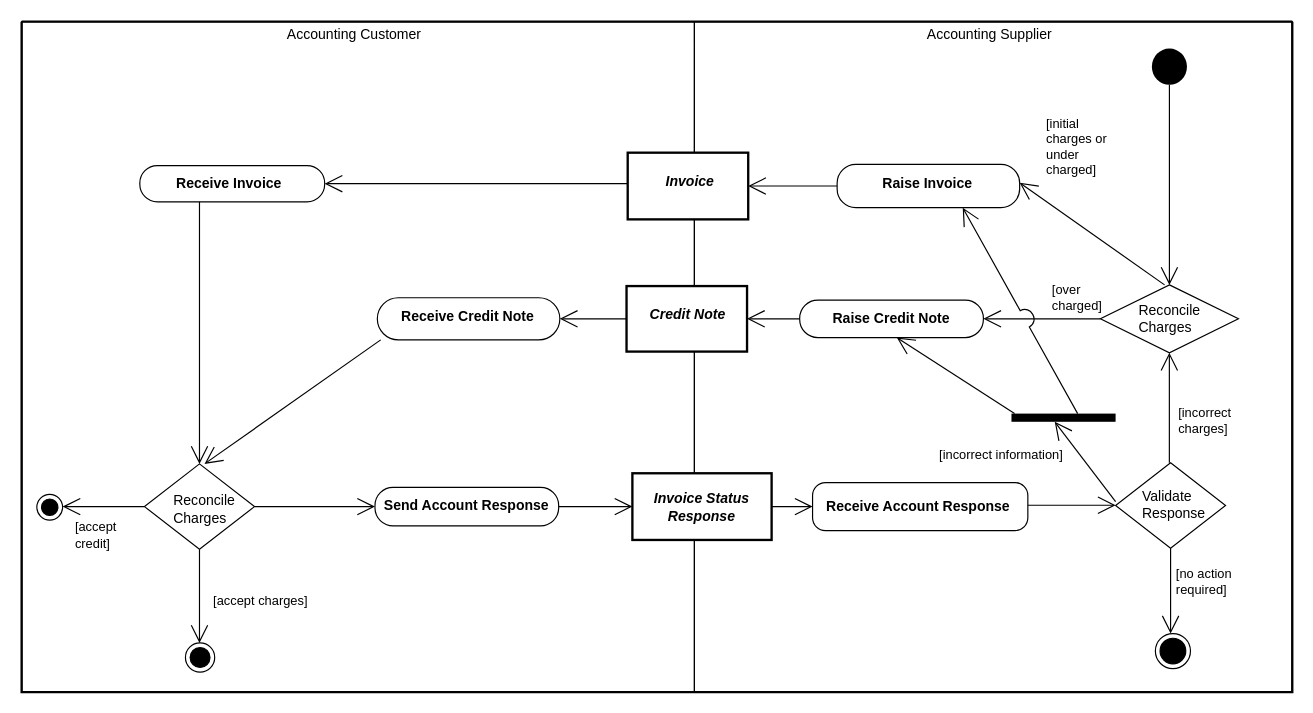
The draw.io diagram diagrams/UBL-2.5-BillingwithCreditNoteProcess/UBL-2.5-BillingwithCreditNoteProcess.drawio in kduvekot/ubl-work-on-svg-images, before the edit. Source tidied: cells renumbered, new cells numbered last; positions are measured from the earlier drawing's top-left corner, leaving out a move shared by most shapes. Both pictures are drawn from the tidied source at 117%, with x=0, y=0 at pixel (21, 21).
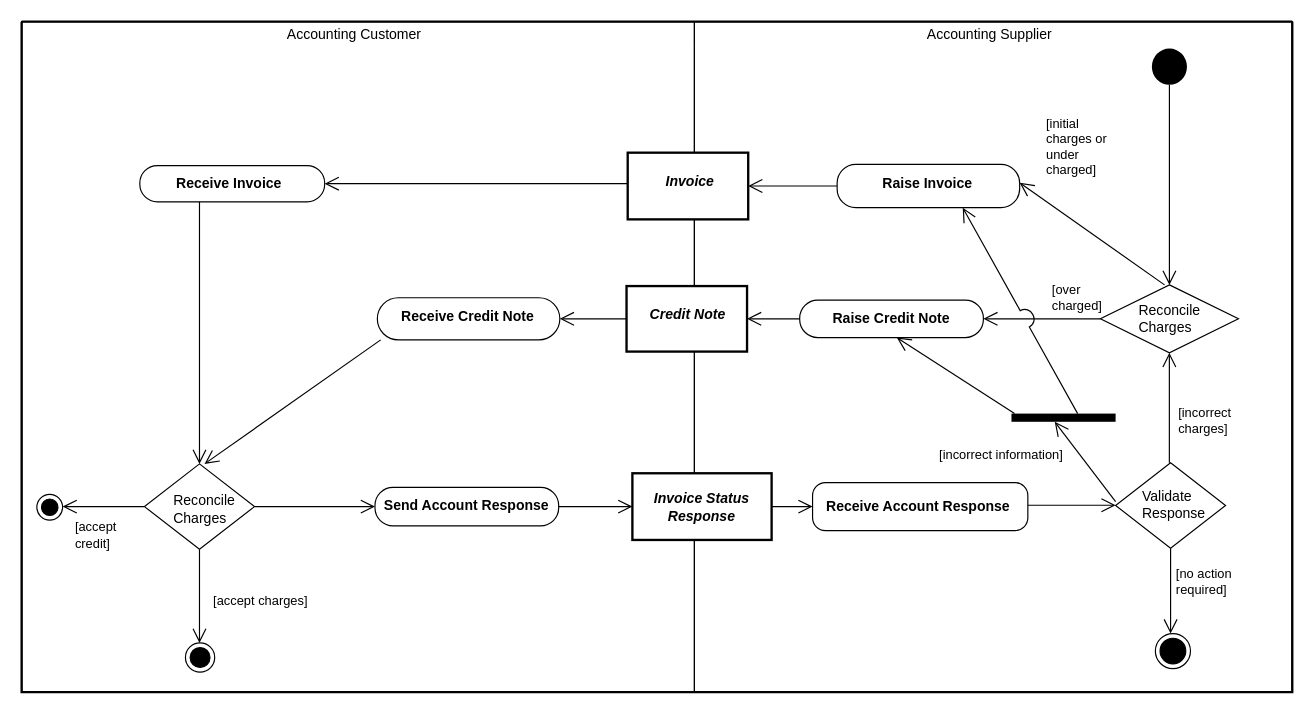
The same diagram, later.

The change refers to these unchanged cells:
```xml
<mxCell id="2" style="swimlane;html=1;startSize=0;whiteSpace=wrap;fillColor=none;strokeWidth=2;" parent="1" vertex="1">
  <mxGeometry width="1086" height="573" as="geometry" />
</mxCell>
<mxCell id="3" value="Accounting Customer" style="swimlane;horizontal=1;startSize=21;swimlaneLine=0;html=1;fillColor=none;fontStyle=0;spacing=0;spacingRight=7;" parent="2" vertex="1">
  <mxGeometry width="575" height="573" as="geometry" />
</mxCell>
<mxCell id="4" value="Accounting Supplier" style="swimlane;horizontal=1;startSize=21;swimlaneLine=0;html=1;fillColor=none;fontStyle=0;spacing=0;spacingRight=7;" parent="2" vertex="1">
  <mxGeometry x="575" width="511" height="573" as="geometry" />
</mxCell>
<mxCell id="5" style="ellipse;shape=startState;fillColor=#000000;strokeColor=none;html=1;" parent="4" vertex="1">
  <mxGeometry x="387" y="19" width="38" height="39" as="geometry" />
</mxCell>
<mxCell id="6" value="Invoice" style="rounded=0;html=1;whiteSpace=nowrap;fontStyle=3;align=center;verticalAlign=middle;spacing=0;spacingLeft=2;spacingBottom=7;strokeWidth=2;" parent="4" vertex="1">
  <mxGeometry x="-57" y="112" width="103" height="57" as="geometry" />
</mxCell>
<mxCell id="7" value="Receive Invoice" style="rounded=1;absoluteArcSize=1;arcSize=30;html=1;whiteSpace=nowrap;fontStyle=1;align=center;verticalAlign=middle;spacing=0;spacingRight=6;spacingTop=1;" parent="3" vertex="1">
  <mxGeometry x="101" y="123" width="158" height="31" as="geometry" />
</mxCell>
<mxCell id="8" value="Raise Invoice" style="rounded=1;absoluteArcSize=1;arcSize=32;html=1;whiteSpace=nowrap;fontStyle=1;align=center;verticalAlign=middle;spacing=0;spacingRight=3;spacingBottom=4;" parent="4" vertex="1">
  <mxGeometry x="122" y="122" width="156" height="37" as="geometry" />
</mxCell>
<mxCell id="9" value="Credit Note" style="rounded=0;html=1;whiteSpace=nowrap;fontStyle=3;align=center;verticalAlign=middle;spacing=0;spacingLeft=1;spacingBottom=7;strokeWidth=2;" parent="4" vertex="1">
  <mxGeometry x="-58" y="226" width="103" height="56" as="geometry" />
</mxCell>
<mxCell id="10" value="Reconcile&lt;br&gt;Charges" style="rhombus;html=1;whiteSpace=nowrap;fontStyle=0;align=left;verticalAlign=middle;spacing=0;spacingLeft=33;" parent="4" vertex="1">
  <mxGeometry x="347" y="225" width="118" height="58" as="geometry" />
</mxCell>
<mxCell id="11" value="Receive Credit Note" style="rounded=1;absoluteArcSize=1;arcSize=36;html=1;whiteSpace=nowrap;fontStyle=1;align=center;verticalAlign=middle;spacing=0;spacingRight=2;spacingBottom=5;" parent="3" vertex="1">
  <mxGeometry x="304" y="236" width="156" height="36" as="geometry" />
</mxCell>
<mxCell id="12" value="Raise Credit Note" style="rounded=1;absoluteArcSize=1;arcSize=31;html=1;whiteSpace=nowrap;fontStyle=1;align=center;verticalAlign=middle;spacing=0;spacingRight=2;spacingBottom=1;" parent="4" vertex="1">
  <mxGeometry x="90" y="238" width="157" height="32" as="geometry" />
</mxCell>
<mxCell id="13" style="html=1;points=[[0.0295,0],[0.4154,1],[0.6356,0]];perimeter=orthogonalPerimeter;fillColor=#000000;strokeColor=none;" parent="4" vertex="1">
  <mxGeometry x="271" y="335" width="89" height="7" as="geometry" />
</mxCell>
<mxCell id="14" value="Validate&lt;br&gt;Response" style="rhombus;html=1;whiteSpace=nowrap;fontStyle=0;align=left;verticalAlign=middle;spacing=0;spacingLeft=23;spacingBottom=2;" parent="4" vertex="1">
  <mxGeometry x="360" y="377" width="94" height="73" as="geometry" />
</mxCell>
<mxCell id="15" value="Reconcile&lt;br&gt;Charges" style="rhombus;html=1;whiteSpace=nowrap;fontStyle=0;align=left;verticalAlign=middle;spacing=0;spacingLeft=25;spacingTop=4;" parent="3" vertex="1">
  <mxGeometry x="105" y="378" width="94" height="73" as="geometry" />
</mxCell>
<mxCell id="16" value="Invoice Status&lt;br&gt;Response" style="rounded=0;html=1;whiteSpace=nowrap;fontStyle=3;align=center;verticalAlign=middle;spacing=0;spacingRight=1;spacingTop=1;strokeWidth=2;" parent="4" vertex="1">
  <mxGeometry x="-53" y="386" width="119" height="57" as="geometry" />
</mxCell>
<mxCell id="17" value="Receive Account Response" style="rounded=1;absoluteArcSize=1;arcSize=22;html=1;whiteSpace=nowrap;fontStyle=1;align=center;verticalAlign=middle;spacing=0;spacingRight=4;spacingTop=1;" parent="4" vertex="1">
  <mxGeometry x="101" y="394" width="184" height="41" as="geometry" />
</mxCell>
<mxCell id="18" value="Send Account Response" style="rounded=1;absoluteArcSize=1;arcSize=31;html=1;whiteSpace=nowrap;fontStyle=1;align=center;verticalAlign=middle;spacing=0;spacingRight=2;spacingBottom=1;" parent="3" vertex="1">
  <mxGeometry x="302" y="398" width="157" height="33" as="geometry" />
</mxCell>
<mxCell id="19" style="ellipse;shape=endState;fillColor=#000000;html=1;" parent="3" vertex="1">
  <mxGeometry x="13" y="404" width="22" height="22" as="geometry" />
</mxCell>
<mxCell id="20" style="ellipse;shape=endState;fillColor=#000000;html=1;" parent="4" vertex="1">
  <mxGeometry x="394" y="523" width="30" height="30" as="geometry" />
</mxCell>
<mxCell id="21" style="ellipse;shape=endState;fillColor=#000000;html=1;" parent="3" vertex="1">
  <mxGeometry x="140" y="531" width="25" height="25" as="geometry" />
</mxCell>
```

Change to the diagram source:
```diff
@@
-    <mxCell id="22" style="edgeStyle=none;rounded=0;html=1;endArrow=open;endFill=0;endSize=13;exitPerimeter=0;entryX=0.5;entryY=0;entryPerimeter=0;exitX=0.5;exitY=0.8961;" parent="4" edge="1" source="5" target="10">
+    <mxCell id="22" style="edgeStyle=none;rounded=0;html=1;endArrow=open;endFill=0;endSize=10;exitPerimeter=0;entryX=0.5;entryY=0;entryPerimeter=0;exitX=0.5;exitY=0.8961;" parent="4" edge="1" source="5" target="10">
       <mxGeometry relative="1" as="geometry" />
     </mxCell>
-    <mxCell id="23" style="edgeStyle=none;rounded=0;html=1;endArrow=open;endFill=0;endSize=13;exitPerimeter=0;entryX=1;entryY=0.5;entryPerimeter=0;exitX=0;exitY=0.464912;" parent="2" edge="1" source="6" target="7">
+    <mxCell id="23" style="edgeStyle=none;rounded=0;html=1;endArrow=open;endFill=0;endSize=10;exitPerimeter=0;entryX=1;entryY=0.5;entryPerimeter=0;exitX=0;exitY=0.464912;" parent="2" edge="1" source="6" target="7">
       <mxGeometry relative="1" as="geometry" />
     </mxCell>
-    <mxCell id="24" style="edgeStyle=none;rounded=0;html=1;endArrow=open;endFill=0;endSize=13;exitX=0;exitY=0.5;exitPerimeter=0;entryX=1;entryY=0.5;entryPerimeter=0;" parent="4" edge="1" source="8" target="6">
+    <mxCell id="24" style="edgeStyle=none;rounded=0;html=1;endArrow=open;endFill=0;endSize=10;exitX=0;exitY=0.5;exitPerimeter=0;entryX=1;entryY=0.5;entryPerimeter=0;" parent="4" edge="1" source="8" target="6">
       <mxGeometry relative="1" as="geometry" />
     </mxCell>
-    <mxCell id="25" value="[initial&lt;br&gt;charges or&lt;br&gt;under&lt;br&gt;charged]" style="edgeStyle=none;rounded=0;html=1;endArrow=open;endFill=0;endSize=13;exitX=0.4647;exitY=0;exitPerimeter=0;entryX=1;entryY=0.4228;entryPerimeter=0;fontStyle=0;align=left;verticalAlign=middle;labelBackgroundColor=none;" parent="4" edge="1" source="10" target="8">
+    <mxCell id="25" value="[initial&lt;br&gt;charges or&lt;br&gt;under&lt;br&gt;charged]" style="edgeStyle=none;rounded=0;html=1;endArrow=open;endFill=0;endSize=10;exitX=0.4647;exitY=0;exitPerimeter=0;entryX=1;entryY=0.4228;entryPerimeter=0;fontStyle=0;align=left;verticalAlign=middle;labelBackgroundColor=none;" parent="4" edge="1" source="10" target="8">
       <mxGeometry x="1" relative="1" as="geometry">
         <mxPoint x="21" y="-30" as="offset" />
       </mxGeometry>
     </mxCell>
-    <mxCell id="26" style="edgeStyle=none;rounded=0;html=1;endArrow=open;endFill=0;endSize=13;exitPerimeter=0;entryX=0.5;entryY=0;entryPerimeter=0;exitX=0.322785;exitY=1;" parent="3" edge="1" source="7" target="15">
+    <mxCell id="26" style="edgeStyle=none;rounded=0;html=1;endArrow=open;endFill=0;endSize=10;exitPerimeter=0;entryX=0.5;entryY=0;entryPerimeter=0;exitX=0.322785;exitY=1;" parent="3" edge="1" source="7" target="15">
       <mxGeometry relative="1" as="geometry" />
     </mxCell>
-    <mxCell id="27" value="[over&lt;br&gt;charged]" style="edgeStyle=none;rounded=0;html=1;endArrow=open;endFill=0;endSize=13;exitX=0;exitY=0.5;exitPerimeter=0;entryX=1;entryY=0.5;entryPerimeter=0;fontStyle=0;align=left;verticalAlign=middle;labelBackgroundColor=none;" parent="4" edge="1" source="10" target="12">
+    <mxCell id="27" value="[over&lt;br&gt;charged]" style="edgeStyle=none;rounded=0;html=1;endArrow=open;endFill=0;endSize=10;exitX=0;exitY=0.5;exitPerimeter=0;entryX=1;entryY=0.5;entryPerimeter=0;fontStyle=0;align=left;verticalAlign=middle;labelBackgroundColor=none;" parent="4" edge="1" source="10" target="12">
       <mxGeometry x="-0.14" relative="1" as="geometry">
         <mxPoint y="-18" as="offset" />
       </mxGeometry>
     </mxCell>
-    <mxCell id="28" style="edgeStyle=none;rounded=0;html=1;endArrow=open;endFill=0;endSize=13;exitX=0;exitY=0.5;exitPerimeter=0;entryX=1;entryY=0.5;entryPerimeter=0;" parent="2" edge="1" source="9" target="11">
+    <mxCell id="28" style="edgeStyle=none;rounded=0;html=1;endArrow=open;endFill=0;endSize=10;exitX=0;exitY=0.5;exitPerimeter=0;entryX=1;entryY=0.5;entryPerimeter=0;" parent="2" edge="1" source="9" target="11">
       <mxGeometry relative="1" as="geometry" />
     </mxCell>
-    <mxCell id="29" style="edgeStyle=none;rounded=0;html=1;endArrow=open;endFill=0;endSize=13;exitX=0;exitY=0.5;exitPerimeter=0;entryX=1;entryY=0.5;entryPerimeter=0;" parent="4" edge="1" source="12" target="9">
+    <mxCell id="29" style="edgeStyle=none;rounded=0;html=1;endArrow=open;endFill=0;endSize=10;exitX=0;exitY=0.5;exitPerimeter=0;entryX=1;entryY=0.5;entryPerimeter=0;" parent="4" edge="1" source="12" target="9">
       <mxGeometry relative="1" as="geometry" />
     </mxCell>
-    <mxCell id="30" style="edgeStyle=none;rounded=0;html=1;endArrow=open;endFill=0;endSize=13;exitX=0.0185;exitY=1;exitPerimeter=0;entryX=0.5458;entryY=0;entryPerimeter=0;" parent="3" edge="1" source="11" target="15">
+    <mxCell id="30" style="edgeStyle=none;rounded=0;html=1;endArrow=open;endFill=0;endSize=10;exitX=0.0185;exitY=1;exitPerimeter=0;entryX=0.5458;entryY=0;entryPerimeter=0;" parent="3" edge="1" source="11" target="15">
       <mxGeometry relative="1" as="geometry" />
     </mxCell>
-    <mxCell id="31" style="edgeStyle=none;rounded=0;html=1;endArrow=open;endFill=0;endSize=13;exitX=0.0295;exitY=0;exitPerimeter=0;entryX=0.5284;entryY=1;entryPerimeter=0;" parent="4" edge="1" source="13" target="12">
+    <mxCell id="31" style="edgeStyle=none;rounded=0;html=1;endArrow=open;endFill=0;endSize=10;exitX=0.0295;exitY=0;exitPerimeter=0;entryX=0.5284;entryY=1;entryPerimeter=0;" parent="4" edge="1" source="13" target="12">
       <mxGeometry relative="1" as="geometry" />
     </mxCell>
-    <mxCell id="32" value="[incorrect&lt;br&gt;charges]" style="edgeStyle=none;rounded=0;html=1;endArrow=open;endFill=0;endSize=13;exitPerimeter=0;entryX=0.4996;entryY=1;entryPerimeter=0;fontStyle=0;align=left;verticalAlign=middle;labelBackgroundColor=none;exitX=0.48886;exitY=0;" parent="4" edge="1" source="14" target="10">
+    <mxCell id="32" value="[incorrect&lt;br&gt;charges]" style="edgeStyle=none;rounded=0;html=1;endArrow=open;endFill=0;endSize=10;exitPerimeter=0;entryX=0.4996;entryY=1;entryPerimeter=0;fontStyle=0;align=left;verticalAlign=middle;labelBackgroundColor=none;exitX=0.48886;exitY=0;" parent="4" edge="1" source="14" target="10">
       <mxGeometry x="-0.24" relative="1" as="geometry">
         <mxPoint x="6" as="offset" />
       </mxGeometry>
     </mxCell>
-    <mxCell id="33" value="[incorrect information]" style="edgeStyle=none;rounded=0;html=1;endArrow=open;endFill=0;endSize=13;exitX=0;exitY=0.4558;exitPerimeter=0;entryX=0.4154;entryY=1;entryPerimeter=0;fontStyle=0;align=center;verticalAlign=middle;labelBackgroundColor=none;" parent="4" edge="1" source="14" target="13">
+    <mxCell id="33" value="[incorrect information]" style="edgeStyle=none;rounded=0;html=1;endArrow=open;endFill=0;endSize=10;exitX=0;exitY=0.4558;exitPerimeter=0;entryX=0.4154;entryY=1;entryPerimeter=0;fontStyle=0;align=center;verticalAlign=middle;labelBackgroundColor=none;" parent="4" edge="1" source="14" target="13">
       <mxGeometry x="1" relative="1" as="geometry">
         <mxPoint x="-46" y="28" as="offset" />
       </mxGeometry>
     </mxCell>
-    <mxCell id="34" style="edgeStyle=none;rounded=0;html=1;endArrow=open;endFill=0;endSize=13;exitX=1;exitY=0.5;exitPerimeter=0;entryX=0;entryY=0.5;entryPerimeter=0;" parent="2" edge="1" source="18" target="16">
+    <mxCell id="34" style="edgeStyle=none;rounded=0;html=1;endArrow=open;endFill=0;endSize=10;exitX=1;exitY=0.5;exitPerimeter=0;entryX=0;entryY=0.5;entryPerimeter=0;" parent="2" edge="1" source="18" target="16">
       <mxGeometry relative="1" as="geometry" />
     </mxCell>
-    <mxCell id="35" style="edgeStyle=none;rounded=0;html=1;endArrow=open;endFill=0;endSize=13;exitX=1;exitY=0.5;exitPerimeter=0;entryX=0;entryY=0.5;entryPerimeter=0;" parent="3" edge="1" source="15" target="18">
+    <mxCell id="35" style="edgeStyle=none;rounded=0;html=1;endArrow=open;endFill=0;endSize=10;exitX=1;exitY=0.5;exitPerimeter=0;entryX=0;entryY=0.5;entryPerimeter=0;" parent="3" edge="1" source="15" target="18">
       <mxGeometry relative="1" as="geometry" />
     </mxCell>
-    <mxCell id="36" style="edgeStyle=none;rounded=0;html=1;endArrow=open;endFill=0;endSize=13;exitX=1;exitY=0.5;exitPerimeter=0;entryX=0;entryY=0.5;entryPerimeter=0;" parent="4" edge="1" source="16" target="17">
+    <mxCell id="36" style="edgeStyle=none;rounded=0;html=1;endArrow=open;endFill=0;endSize=10;exitX=1;exitY=0.5;exitPerimeter=0;entryX=0;entryY=0.5;entryPerimeter=0;" parent="4" edge="1" source="16" target="17">
       <mxGeometry relative="1" as="geometry" />
     </mxCell>
-    <mxCell id="37" style="edgeStyle=none;rounded=0;html=1;endArrow=open;endFill=0;endSize=13;exitPerimeter=0;entryX=0;entryY=0.498;entryPerimeter=0;exitX=1;exitY=0.472049;" parent="4" edge="1" source="17" target="14">
+    <mxCell id="37" style="edgeStyle=none;rounded=0;html=1;endArrow=open;endFill=0;endSize=10;exitPerimeter=0;entryX=0;entryY=0.498;entryPerimeter=0;exitX=1;exitY=0.472049;" parent="4" edge="1" source="17" target="14">
       <mxGeometry relative="1" as="geometry" />
     </mxCell>
-    <mxCell id="38" value="[accept&lt;br&gt;credit]" style="edgeStyle=none;rounded=0;html=1;endArrow=open;endFill=0;endSize=13;exitX=0;exitY=0.5;exitPerimeter=0;entryPerimeter=0;fontStyle=0;align=left;verticalAlign=middle;labelBackgroundColor=none;entryX=1;entryY=0.477273;" parent="3" edge="1" source="15" target="19">
+    <mxCell id="38" value="[accept&lt;br&gt;credit]" style="edgeStyle=none;rounded=0;html=1;endArrow=open;endFill=0;endSize=10;exitX=0;exitY=0.5;exitPerimeter=0;entryPerimeter=0;fontStyle=0;align=left;verticalAlign=middle;labelBackgroundColor=none;entryX=1;entryY=0.477273;" parent="3" edge="1" source="15" target="19">
       <mxGeometry x="0.73" relative="1" as="geometry">
         <mxPoint y="24" as="offset" />
       </mxGeometry>
     </mxCell>
-    <mxCell id="39" value="[accept charges]" style="edgeStyle=none;rounded=0;html=1;endArrow=open;endFill=0;endSize=13;exitX=0.5;exitY=1;exitPerimeter=0;entryPerimeter=0;fontStyle=0;align=center;verticalAlign=middle;labelBackgroundColor=none;entryX=0.48;entryY=0;" parent="3" edge="1" source="15" target="21">
+    <mxCell id="39" value="[accept charges]" style="edgeStyle=none;rounded=0;html=1;endArrow=open;endFill=0;endSize=10;exitX=0.5;exitY=1;exitPerimeter=0;entryPerimeter=0;fontStyle=0;align=center;verticalAlign=middle;labelBackgroundColor=none;entryX=0.48;entryY=0;" parent="3" edge="1" source="15" target="21">
       <mxGeometry x="0.11" relative="1" as="geometry">
         <mxPoint x="52" as="offset" />
       </mxGeometry>
     </mxCell>
-    <mxCell id="40" value="[no action&lt;br&gt;required]" style="edgeStyle=none;rounded=0;html=1;endArrow=open;endFill=0;endSize=13;exitX=0.5;exitY=1;exitPerimeter=0;entryPerimeter=0;fontStyle=0;align=left;verticalAlign=middle;labelBackgroundColor=none;entryX=0.433333;entryY=0;" parent="4" edge="1" source="14" target="20">
+    <mxCell id="40" value="[no action&lt;br&gt;required]" style="edgeStyle=none;rounded=0;html=1;endArrow=open;endFill=0;endSize=10;exitX=0.5;exitY=1;exitPerimeter=0;entryPerimeter=0;fontStyle=0;align=left;verticalAlign=middle;labelBackgroundColor=none;entryX=0.433333;entryY=0;" parent="4" edge="1" source="14" target="20">
       <mxGeometry x="-0.2" relative="1" as="geometry">
         <mxPoint x="3" as="offset" />
       </mxGeometry>
     </mxCell>
-    <mxCell id="41" style="edgeStyle=none;rounded=0;html=1;endArrow=open;endFill=0;endSize=13;exitX=0.6356;exitY=0;exitPerimeter=0;entryX=0.6882;entryY=1;entryPerimeter=0;jumpStyle=arc;jumpSize=16;" parent="4" edge="1" source="13" target="8">
+    <mxCell id="41" style="edgeStyle=none;rounded=0;html=1;endArrow=open;endFill=0;endSize=10;exitX=0.6356;exitY=0;exitPerimeter=0;entryX=0.6882;entryY=1;entryPerimeter=0;jumpStyle=arc;jumpSize=16;" parent="4" edge="1" source="13" target="8">
       <mxGeometry relative="1" as="geometry" />
     </mxCell>
```
